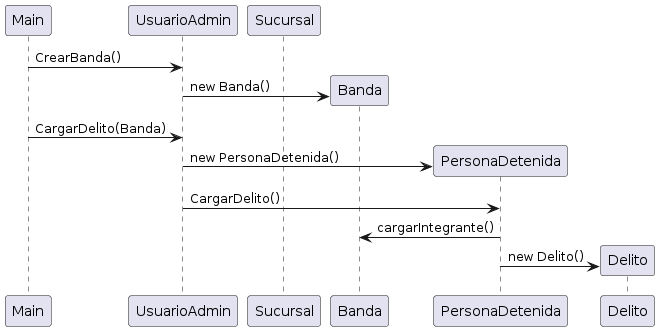
IMettaINSPT/1ParcialP2 keeps this PlantUML diagram as Documentacion/DiagramaSecuenciaCargaDelito.png. Above is the earlier version. Source of this version:
```plantuml
@startuml
participant Main
participant UsuarioAdmin
participant Sucursal
participant Banda
participant PersonaDetenida
participant Delito

Main->UsuarioAdmin:CrearBanda()
UsuarioAdmin->Banda**: new Banda()
Main->UsuarioAdmin : CargarDelito(Banda)
UsuarioAdmin->PersonaDetenida **: new PersonaDetenida()
UsuarioAdmin->PersonaDetenida:  CargarDelito()
PersonaDetenida->Banda: cargarIntegrante()
PersonaDetenida->Delito** : new Delito()
@enduml
```
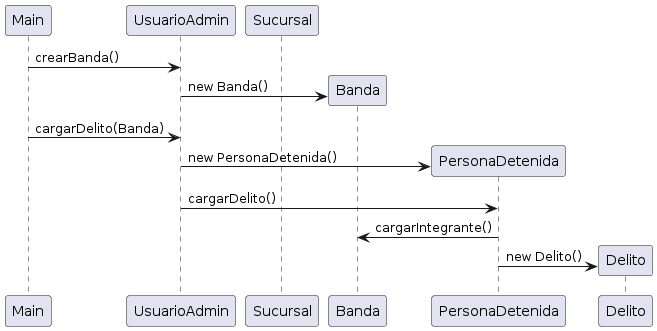
The same file after the commit.

Diff of the diagram source:
```diff
@@ -6,11 +6,11 @@
 participant PersonaDetenida
 participant Delito
 
-Main->UsuarioAdmin:CrearBanda()
+Main->UsuarioAdmin:crearBanda()
 UsuarioAdmin->Banda**: new Banda()
-Main->UsuarioAdmin : CargarDelito(Banda)
+Main->UsuarioAdmin : cargarDelito(Banda)
 UsuarioAdmin->PersonaDetenida **: new PersonaDetenida()
-UsuarioAdmin->PersonaDetenida:  CargarDelito()
+UsuarioAdmin->PersonaDetenida:  cargarDelito()
 PersonaDetenida->Banda: cargarIntegrante()
 PersonaDetenida->Delito** : new Delito()
 @enduml
```
